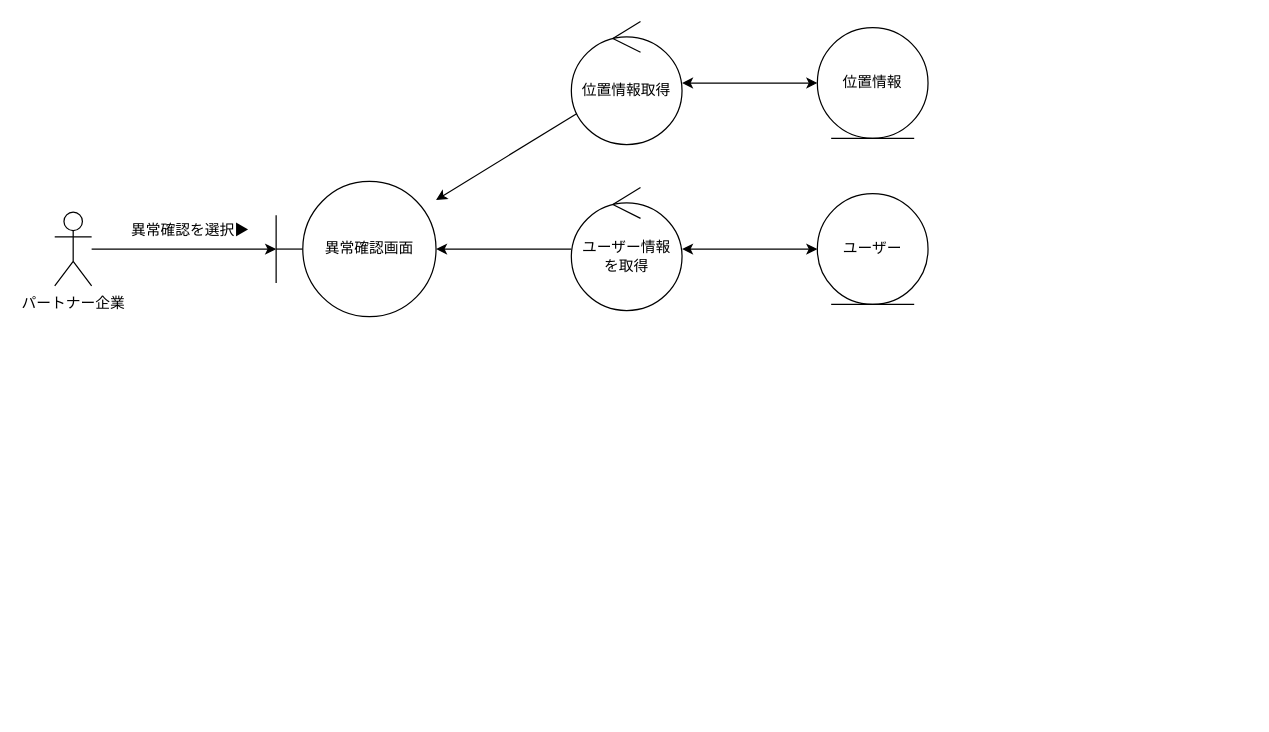
ksw2270227/GroupF keeps this draw.io diagram as page "ユーザー異常確認" (1 of 10) of out/ロバストネス図/パートナー企業-ロバストネス図.drawio. Above is the earlier version. Source tidied: cells renumbered, new cells numbered last; positions are measured from the earlier drawing's top-left corner, leaving out a move shared by most shapes. Both pictures are drawn from the tidied source at 123%, with x=0, y=0 at pixel (54, 21).
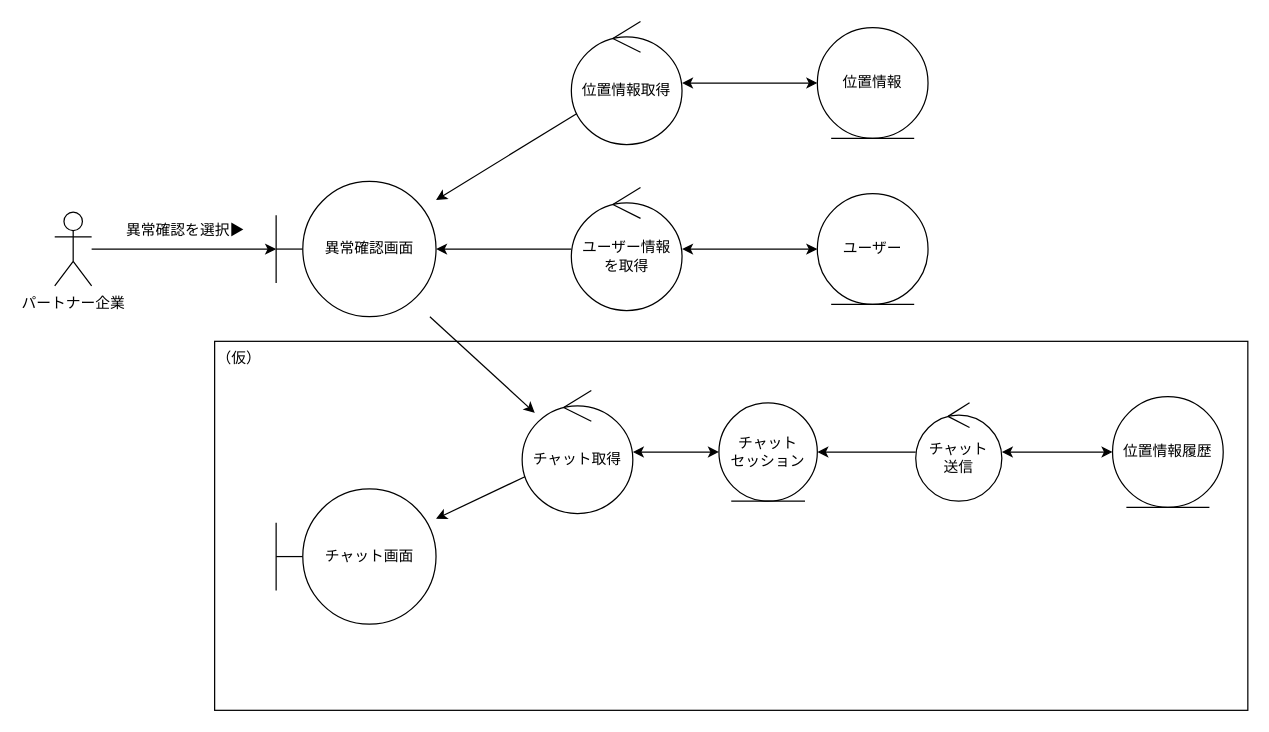
After the change.

Unchanged cells that the change refers to:
```xml
<mxCell id="4" value="異常確認画面" style="shape=umlBoundary;whiteSpace=wrap;html=1;" parent="1" vertex="1">
  <mxGeometry x="180" y="130" width="130" height="110" as="geometry" />
</mxCell>
```

The edit, as a diff of the source:
```diff
@@
+    <mxCell id="14" value="（仮）" style="rounded=0;whiteSpace=wrap;html=1;fontSize=12;align=left;verticalAlign=top;" parent="1" vertex="1">
+      <mxGeometry x="130" y="260" width="840" height="300" as="geometry" />
+    </mxCell>
@@
+    <mxCell id="15" style="edgeStyle=none;html=1;fontSize=12;" parent="1" edge="1" source="4" target="17">
+      <mxGeometry relative="1" as="geometry" />
+    </mxCell>
@@
     <mxCell id="8" value="異常確認を選択▶" style="text;html=1;align=center;verticalAlign=middle;strokeColor=none;fillColor=none;" parent="1" vertex="1">
-      <mxGeometry x="50" y="155" width="120" height="30" as="geometry" />
+      <mxGeometry x="46" y="155" width="120" height="30" as="geometry" />
     </mxCell>
@@
+    <mxCell id="16" style="edgeStyle=none;html=1;fontSize=12;" parent="1" edge="1" source="17" target="18">
+      <mxGeometry relative="1" as="geometry" />
+    </mxCell>
+    <mxCell id="17" value="&lt;span style=&quot;font-size: 12px;&quot;&gt;チャット取得&lt;/span&gt;" style="ellipse;shape=umlControl;whiteSpace=wrap;html=1;fontSize=9;" parent="1" vertex="1">
+      <mxGeometry x="380" y="300" width="90" height="100" as="geometry" />
+    </mxCell>
+    <mxCell id="18" value="チャット画面" style="shape=umlBoundary;whiteSpace=wrap;html=1;" parent="1" vertex="1">
+      <mxGeometry x="180" y="380" width="130" height="110" as="geometry" />
+    </mxCell>
+    <mxCell id="19" style="edgeStyle=none;html=1;fontSize=12;startArrow=classic;startFill=1;" parent="1" edge="1" source="20" target="17">
+      <mxGeometry relative="1" as="geometry" />
+    </mxCell>
+    <mxCell id="20" value="チャット&lt;br&gt;セッション" style="ellipse;shape=umlEntity;whiteSpace=wrap;html=1;" parent="1" vertex="1">
+      <mxGeometry x="540" y="310" width="80" height="80" as="geometry" />
+    </mxCell>
+    <mxCell id="21" style="edgeStyle=none;html=1;fontSize=12;" parent="1" edge="1" source="23" target="20">
+      <mxGeometry relative="1" as="geometry" />
+    </mxCell>
+    <mxCell id="22" style="edgeStyle=none;html=1;fontSize=12;startArrow=classic;startFill=1;" parent="1" edge="1" source="23" target="24">
+      <mxGeometry relative="1" as="geometry" />
+    </mxCell>
+    <mxCell id="23" value="チャット&lt;br&gt;送信" style="ellipse;shape=umlControl;whiteSpace=wrap;html=1;fontSize=12;" parent="1" vertex="1">
+      <mxGeometry x="700" y="310" width="70" height="80" as="geometry" />
+    </mxCell>
+    <mxCell id="24" value="位置情報履歴" style="ellipse;shape=umlEntity;whiteSpace=wrap;html=1;" parent="1" vertex="1">
+      <mxGeometry x="860" y="305" width="90" height="90" as="geometry" />
+    </mxCell>
```
